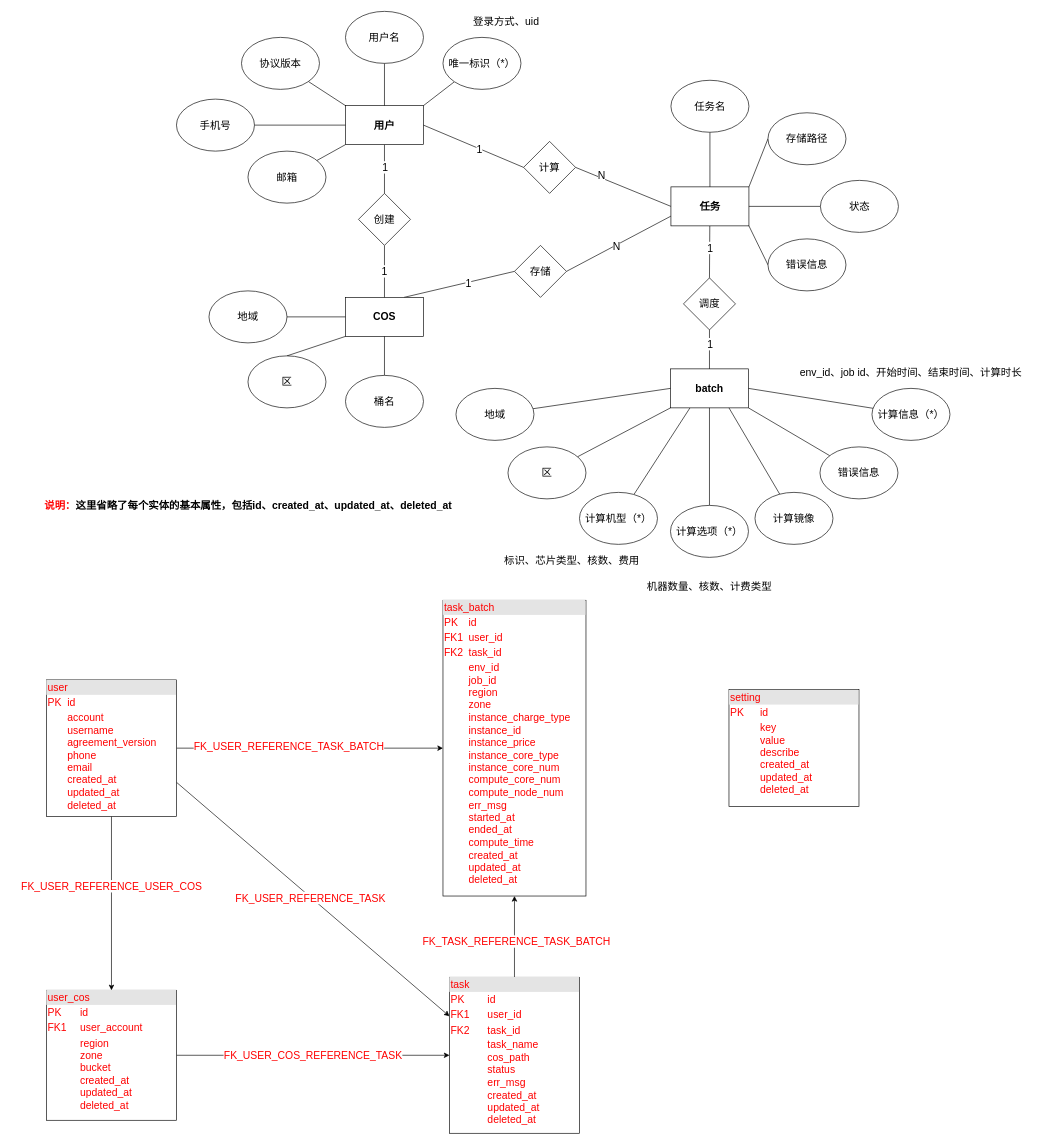
mattshhuang/draw-io keeps this draw.io diagram as page "数据库设计" (2 of 2) of draft/mutfold/Untitled Diagram.drawio. Above is the earlier version. Source tidied: cells renumbered, new cells numbered last; positions are measured from the earlier drawing's top-left corner, leaving out a move shared by most shapes. Both pictures are drawn from the tidied source at 65%, with x=0, y=0 at pixel (40, 11).
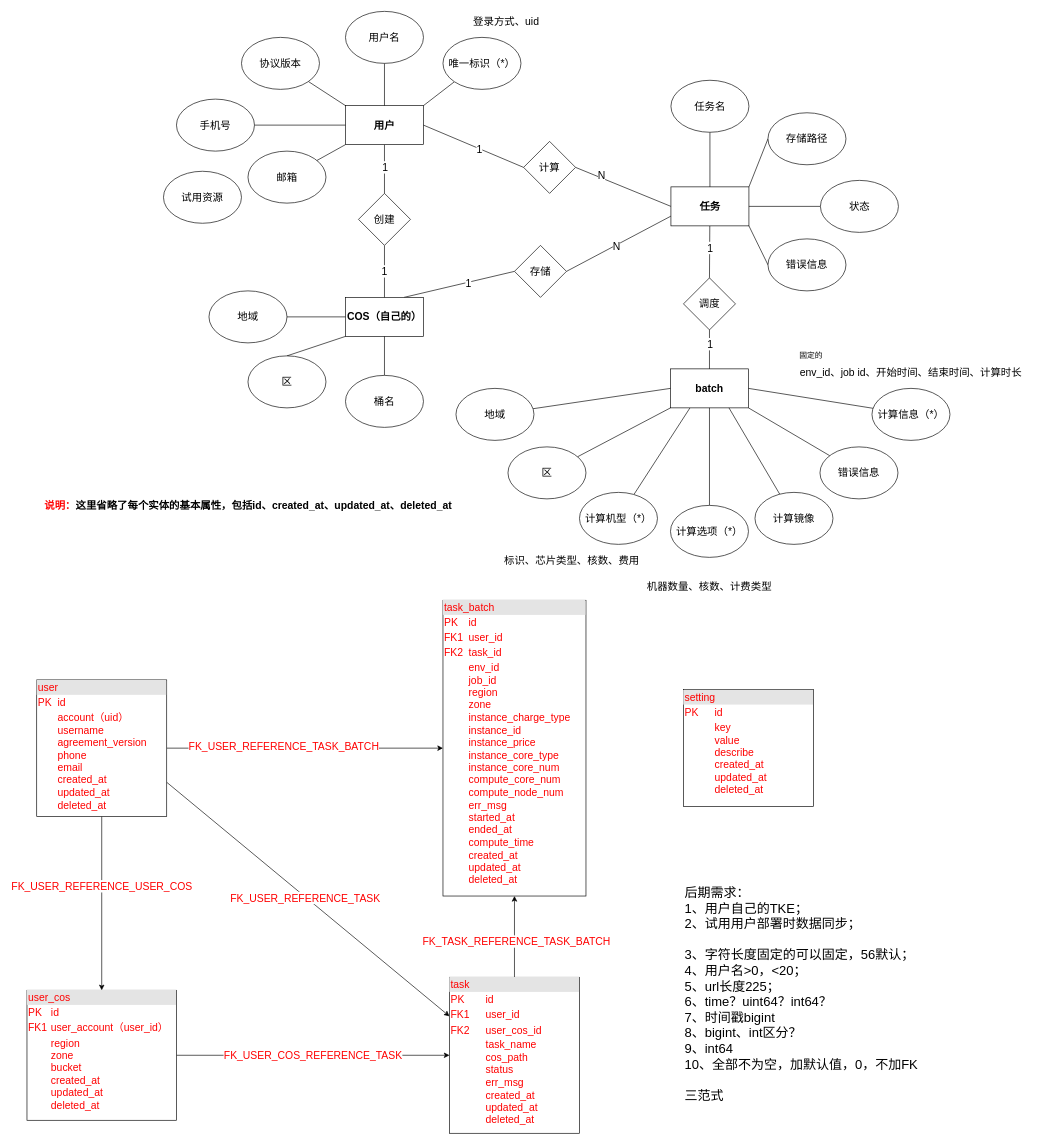
The same page after the edit.

Change to the diagram source:
```diff
@@
-    <mxCell id="14" value="&lt;font style=&quot;font-size: 16px&quot;&gt;&lt;b&gt;COS&lt;/b&gt;&lt;/font&gt;" style="rounded=0;whiteSpace=wrap;html=1;" parent="1" vertex="1">
+    <mxCell id="14" value="&lt;font style=&quot;font-size: 16px&quot;&gt;&lt;b&gt;COS（自己的）&lt;/b&gt;&lt;/font&gt;" style="rounded=0;whiteSpace=wrap;html=1;" parent="1" vertex="1">
       <mxGeometry x="470" y="440" width="120" height="60" as="geometry" />
     </mxCell>
@@
-    <mxCell id="74" value="&lt;div style=&quot;box-sizing: border-box ; width: 100% ; background: #e4e4e4 ; padding: 2px&quot;&gt;user&lt;/div&gt;&lt;table style=&quot;width: 100% ; font-size: 1em&quot; cellpadding=&quot;2&quot; cellspacing=&quot;0&quot;&gt;&lt;tbody&gt;&lt;tr&gt;&lt;td&gt;PK&lt;/td&gt;&lt;td&gt;id&lt;/td&gt;&lt;/tr&gt;&lt;tr&gt;&lt;td&gt;&lt;/td&gt;&lt;td&gt;account&lt;br&gt;username&lt;br&gt;agreement_version&lt;br&gt;phone&lt;br&gt;email&lt;br&gt;created_at&lt;br&gt;updated_at&lt;br&gt;deleted_at&lt;/td&gt;&lt;/tr&gt;&lt;/tbody&gt;&lt;/table&gt;" style="verticalAlign=top;align=left;overflow=fill;html=1;fontSize=16;fontColor=#FF0000;" parent="1" vertex="1">
-      <mxGeometry x="10" y="1028.5" width="200" height="210" as="geometry" />
+    <mxCell id="74" value="&lt;div style=&quot;box-sizing: border-box ; width: 100% ; background: #e4e4e4 ; padding: 2px&quot;&gt;user&lt;/div&gt;&lt;table style=&quot;width: 100% ; font-size: 1em&quot; cellpadding=&quot;2&quot; cellspacing=&quot;0&quot;&gt;&lt;tbody&gt;&lt;tr&gt;&lt;td&gt;PK&lt;/td&gt;&lt;td&gt;id&lt;/td&gt;&lt;/tr&gt;&lt;tr&gt;&lt;td&gt;&lt;/td&gt;&lt;td&gt;account（uid）&lt;br&gt;username&lt;br&gt;agreement_version&lt;br&gt;phone&lt;br&gt;email&lt;br&gt;created_at&lt;br&gt;updated_at&lt;br&gt;deleted_at&lt;/td&gt;&lt;/tr&gt;&lt;/tbody&gt;&lt;/table&gt;" style="verticalAlign=top;align=left;overflow=fill;html=1;fontSize=16;fontColor=#FF0000;" parent="1" vertex="1">
+      <mxGeometry x="-5" y="1028.5" width="200" height="210" as="geometry" />
     </mxCell>
@@
-    <mxCell id="76" value="&lt;div style=&quot;box-sizing: border-box ; width: 100% ; background: #e4e4e4 ; padding: 2px&quot;&gt;user_cos&lt;/div&gt;&lt;table style=&quot;width: 100% ; font-size: 1em&quot; cellpadding=&quot;2&quot; cellspacing=&quot;0&quot;&gt;&lt;tbody&gt;&lt;tr&gt;&lt;td&gt;PK&lt;/td&gt;&lt;td&gt;id&lt;/td&gt;&lt;/tr&gt;&lt;tr&gt;&lt;td&gt;FK1&lt;/td&gt;&lt;td&gt;user_account&lt;/td&gt;&lt;/tr&gt;&lt;tr&gt;&lt;td&gt;&lt;/td&gt;&lt;td&gt;region&lt;br&gt;zone&lt;br&gt;bucket&lt;br&gt;created_at&lt;br&gt;updated_at&lt;br&gt;deleted_at&lt;/td&gt;&lt;/tr&gt;&lt;/tbody&gt;&lt;/table&gt;" style="verticalAlign=top;align=left;overflow=fill;html=1;fontSize=16;fontColor=#FF0000;" parent="1" vertex="1">
-      <mxGeometry x="10" y="1506" width="200" height="200" as="geometry" />
+    <mxCell id="76" value="&lt;div style=&quot;box-sizing: border-box ; width: 100% ; background: #e4e4e4 ; padding: 2px&quot;&gt;user_cos&lt;/div&gt;&lt;table style=&quot;width: 100% ; font-size: 1em&quot; cellpadding=&quot;2&quot; cellspacing=&quot;0&quot;&gt;&lt;tbody&gt;&lt;tr&gt;&lt;td&gt;PK&lt;/td&gt;&lt;td&gt;id&lt;/td&gt;&lt;/tr&gt;&lt;tr&gt;&lt;td&gt;FK1&lt;/td&gt;&lt;td&gt;user_account（user_id）&lt;/td&gt;&lt;/tr&gt;&lt;tr&gt;&lt;td&gt;&lt;/td&gt;&lt;td&gt;region&lt;br&gt;zone&lt;br&gt;bucket&lt;br&gt;created_at&lt;br&gt;updated_at&lt;br&gt;deleted_at&lt;/td&gt;&lt;/tr&gt;&lt;/tbody&gt;&lt;/table&gt;" style="verticalAlign=top;align=left;overflow=fill;html=1;fontSize=16;fontColor=#FF0000;" parent="1" vertex="1">
+      <mxGeometry x="-20" y="1506" width="230" height="200" as="geometry" />
     </mxCell>
@@
-    <mxCell id="79" value="&lt;div style=&quot;box-sizing: border-box ; width: 100% ; background: #e4e4e4 ; padding: 2px&quot;&gt;task&lt;/div&gt;&lt;table style=&quot;width: 100% ; font-size: 1em&quot; cellpadding=&quot;2&quot; cellspacing=&quot;0&quot;&gt;&lt;tbody&gt;&lt;tr&gt;&lt;td&gt;PK&lt;/td&gt;&lt;td&gt;id&lt;/td&gt;&lt;/tr&gt;&lt;tr&gt;&lt;td&gt;FK1&lt;/td&gt;&lt;td&gt;user_id&lt;/td&gt;&lt;/tr&gt;&lt;tr&gt;&lt;td&gt;FK2&lt;/td&gt;&lt;td&gt;task_id&lt;/td&gt;&lt;/tr&gt;&lt;tr&gt;&lt;td&gt;&lt;/td&gt;&lt;td&gt;task_name&lt;br&gt;cos_path&lt;br&gt;status&lt;br&gt;err_msg&lt;br&gt;created_at&lt;br&gt;updated_at&lt;br&gt;deleted_at&lt;br&gt;&lt;/td&gt;&lt;/tr&gt;&lt;/tbody&gt;&lt;/table&gt;" style="verticalAlign=top;align=left;overflow=fill;html=1;fontSize=16;fontColor=#FF0000;" parent="1" vertex="1">
+    <mxCell id="79" value="&lt;div style=&quot;box-sizing: border-box ; width: 100% ; background: #e4e4e4 ; padding: 2px&quot;&gt;task&lt;/div&gt;&lt;table style=&quot;width: 100% ; font-size: 1em&quot; cellpadding=&quot;2&quot; cellspacing=&quot;0&quot;&gt;&lt;tbody&gt;&lt;tr&gt;&lt;td&gt;PK&lt;/td&gt;&lt;td&gt;id&lt;/td&gt;&lt;/tr&gt;&lt;tr&gt;&lt;td&gt;FK1&lt;/td&gt;&lt;td&gt;user_id&lt;/td&gt;&lt;/tr&gt;&lt;tr&gt;&lt;td&gt;FK2&lt;/td&gt;&lt;td&gt;user_cos_id&lt;/td&gt;&lt;/tr&gt;&lt;tr&gt;&lt;td&gt;&lt;/td&gt;&lt;td&gt;task_name&lt;br&gt;cos_path&lt;br&gt;status&lt;br&gt;err_msg&lt;br&gt;created_at&lt;br&gt;updated_at&lt;br&gt;deleted_at&lt;br&gt;&lt;/td&gt;&lt;/tr&gt;&lt;/tbody&gt;&lt;/table&gt;" style="verticalAlign=top;align=left;overflow=fill;html=1;fontSize=16;fontColor=#FF0000;" parent="1" vertex="1">
       <mxGeometry x="630" y="1486" width="200" height="240" as="geometry" />
     </mxCell>
@@
     <mxCell id="81" value="&lt;div style=&quot;box-sizing: border-box ; width: 100% ; background: #e4e4e4 ; padding: 2px&quot;&gt;setting&lt;/div&gt;&lt;table style=&quot;width: 100% ; font-size: 1em&quot; cellpadding=&quot;2&quot; cellspacing=&quot;0&quot;&gt;&lt;tbody&gt;&lt;tr&gt;&lt;td&gt;PK&lt;/td&gt;&lt;td&gt;id&lt;/td&gt;&lt;/tr&gt;&lt;tr&gt;&lt;td&gt;&lt;/td&gt;&lt;td&gt;key&lt;br&gt;value&lt;br&gt;describe&lt;br&gt;created_at&lt;br&gt;updated_at&lt;br&gt;deleted_at&lt;/td&gt;&lt;/tr&gt;&lt;/tbody&gt;&lt;/table&gt;" style="verticalAlign=top;align=left;overflow=fill;html=1;fontSize=16;fontColor=#FF0000;" parent="1" vertex="1">
-      <mxGeometry x="1060" y="1043.5" width="200" height="180" as="geometry" />
+      <mxGeometry x="990" y="1043.5" width="200" height="180" as="geometry" />
     </mxCell>
+    <mxCell id="82" value="试用资源" style="ellipse;whiteSpace=wrap;html=1;fontSize=16;" parent="1" vertex="1">
+      <mxGeometry x="190" y="246" width="120" height="80" as="geometry" />
+    </mxCell>
+    <mxCell id="83" value="固定的" style="text;html=1;align=center;verticalAlign=middle;strokeColor=none;fillColor=none;" parent="1" vertex="1">
+      <mxGeometry x="1161.2" y="520" width="50" height="20" as="geometry" />
+    </mxCell>
+    <mxCell id="84" value="&lt;font style=&quot;font-size: 20px&quot;&gt;后期需求：&lt;br&gt;1、用户自己的TKE；&lt;br&gt;&lt;div&gt;&lt;span&gt;2、试用用户部署时数据同步；&lt;br&gt;&lt;br&gt;3、字符长度固定的可以固定，56默认；&lt;br&gt;4、用户名&amp;gt;0，&amp;lt;20；&lt;br&gt;5、url长度225；&lt;br&gt;6、time？uint64？int64？&lt;br&gt;7、时间戳bigint&lt;br&gt;8、bigint、int区分？&lt;br&gt;9、int64&lt;/span&gt;&lt;/div&gt;&lt;div&gt;&lt;span&gt;10、全部不为空，加默认值，0，不加FK&lt;br&gt;&lt;br&gt;三范式&lt;/span&gt;&lt;/div&gt;&lt;/font&gt;" style="text;html=1;align=left;verticalAlign=middle;strokeColor=none;fillColor=none;" parent="1" vertex="1">
+      <mxGeometry x="990" y="1406" width="370" height="210" as="geometry" />
+    </mxCell>
```
